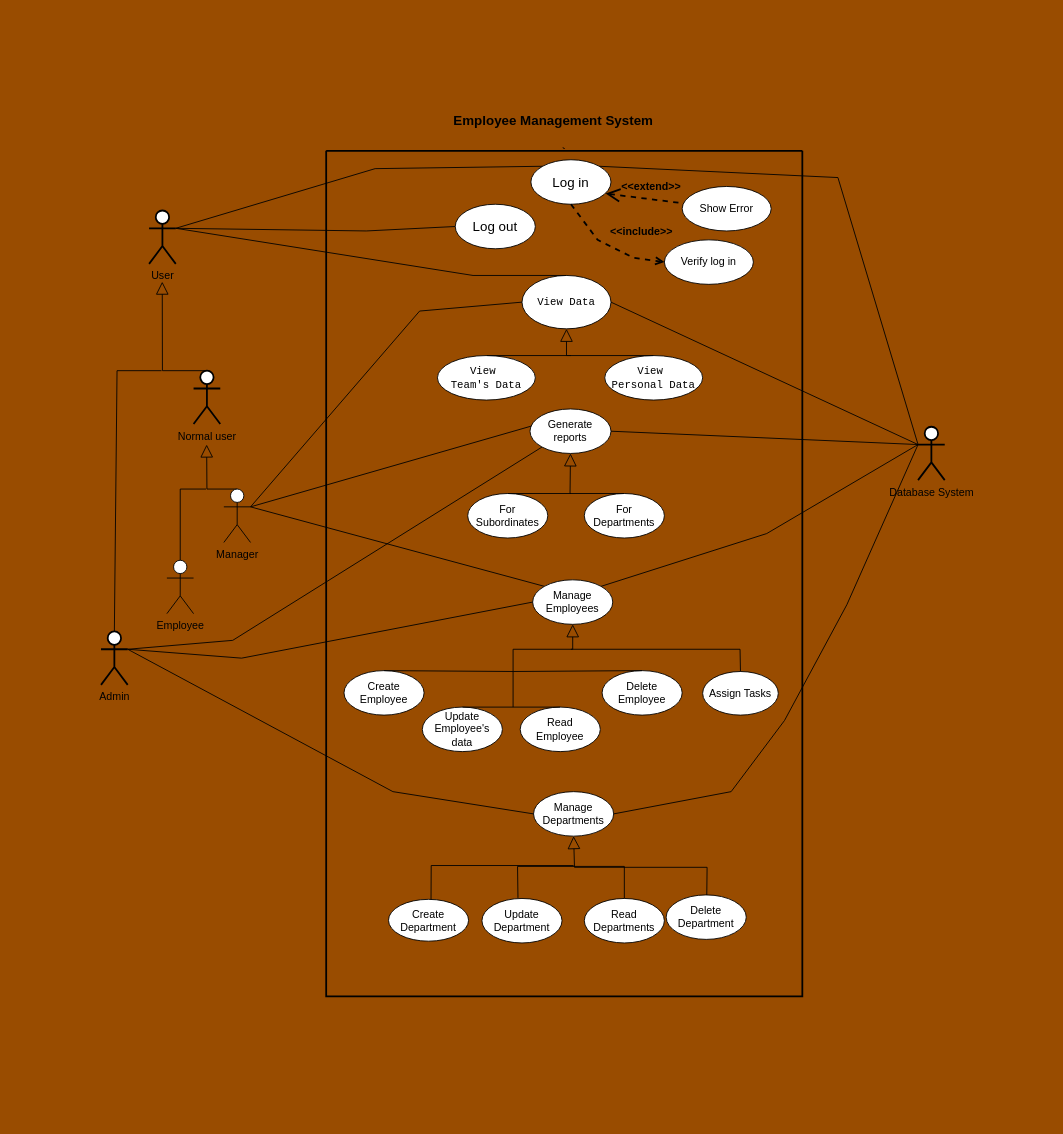
Above: Use-Case-Diagram.drawio in Alsayed-Aldkhakhni/SoftwareEngineeringProject (draw.io), before the change. Source tidied: cells renumbered, new cells numbered last; positions are measured from the earlier drawing's top-left corner, leaving out a move shared by most shapes. Both pictures are drawn from the tidied source at 89%, with x=0, y=0 at pixel (15, 15).
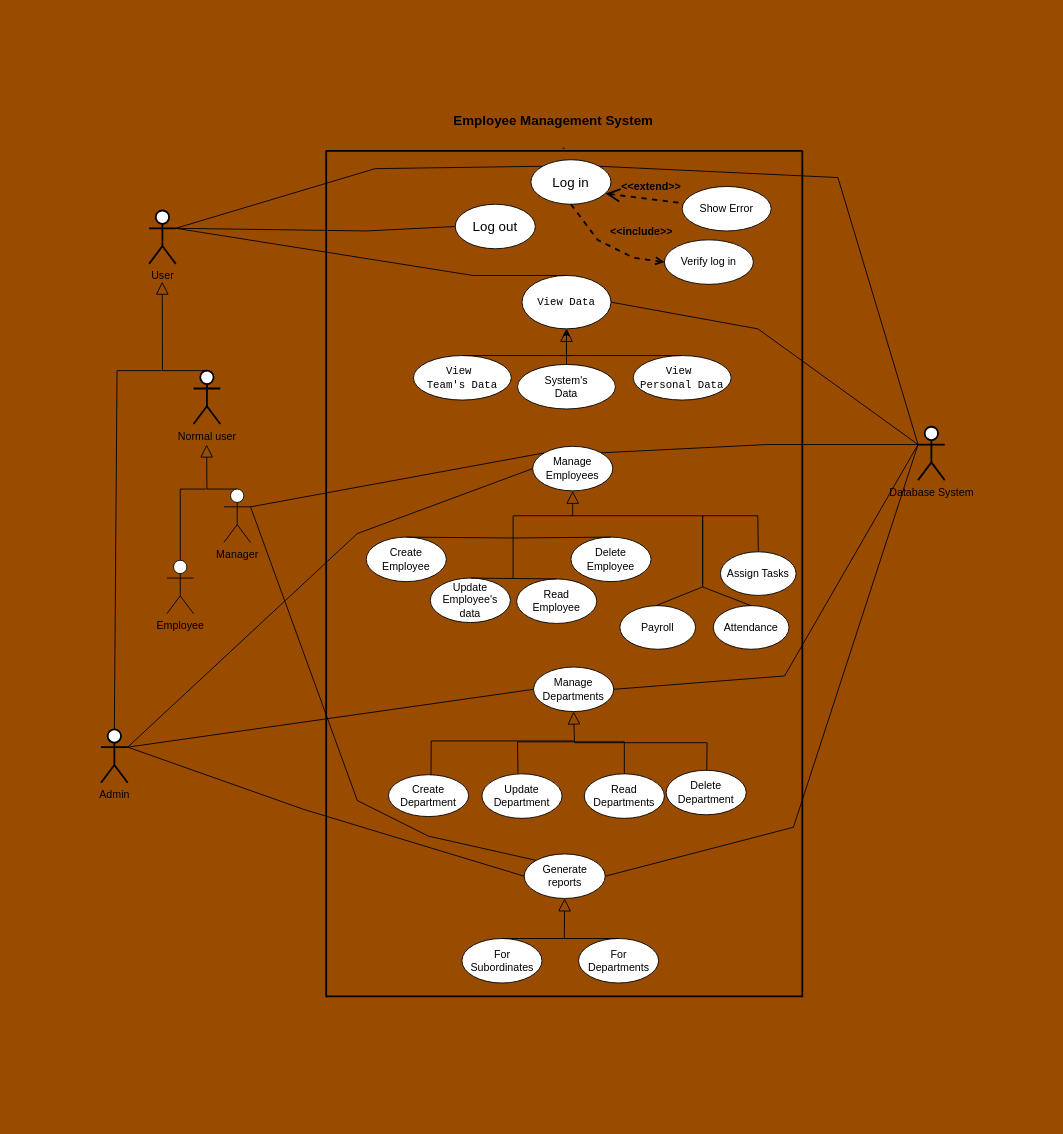
Above is the later version.

Commit message:
Added attendance and payroll use cases.

The change refers to these unchanged cells:
```xml
<mxCell id="2" value="`" style="swimlane;startSize=0;strokeWidth=2;" parent="1" vertex="1">
  <mxGeometry x="349" y="152" width="535" height="950" as="geometry" />
</mxCell>
<mxCell id="14" value="&lt;code&gt;View Data&lt;/code&gt;" style="ellipse;whiteSpace=wrap;html=1;" parent="2" vertex="1">
  <mxGeometry x="220" y="140" width="100" height="60" as="geometry" />
</mxCell>
<mxCell id="44" value="Manager" style="shape=umlActor;html=1;verticalLabelPosition=bottom;verticalAlign=top;align=center;" parent="1" vertex="1">
  <mxGeometry x="234" y="532" width="30" height="60" as="geometry" />
</mxCell>
<mxCell id="57" value="Database System " style="shape=umlActor;html=1;verticalLabelPosition=bottom;verticalAlign=top;align=center;strokeWidth=2;" parent="1" vertex="1">
  <mxGeometry x="1014" y="462" width="30" height="60" as="geometry" />
</mxCell>
```

Change to the diagram source:
```diff
@@
     <mxCell id="8" value="&lt;div&gt;Manage &lt;br&gt;&lt;/div&gt;&lt;div&gt;Employees&lt;br&gt;&lt;/div&gt;" style="ellipse;whiteSpace=wrap;html=1;" parent="2" vertex="1">
-      <mxGeometry x="232" y="482" width="90" height="50" as="geometry" />
+      <mxGeometry x="232" y="332" width="90" height="50" as="geometry" />
     </mxCell>
     <mxCell id="9" value="&lt;div&gt;Delete&lt;br&gt;&lt;/div&gt;&lt;div&gt;Employee&lt;br&gt;&lt;/div&gt;" style="ellipse;whiteSpace=wrap;html=1;" parent="2" vertex="1">
-      <mxGeometry x="310" y="584" width="90" height="50" as="geometry" />
+      <mxGeometry x="275" y="434" width="90" height="50" as="geometry" />
     </mxCell>
     <mxCell id="10" value="&lt;div&gt;Update&lt;/div&gt;&lt;div&gt;Employee's&lt;/div&gt;&lt;div&gt;data&lt;br&gt;&lt;/div&gt;" style="ellipse;whiteSpace=wrap;html=1;" parent="2" vertex="1">
-      <mxGeometry x="108" y="625" width="90" height="50" as="geometry" />
+      <mxGeometry x="117" y="480" width="90" height="50" as="geometry" />
     </mxCell>
     <mxCell id="11" value="&lt;div&gt;Read &lt;br&gt;&lt;/div&gt;&lt;div&gt;Employee&lt;br&gt;&lt;/div&gt;" style="ellipse;whiteSpace=wrap;html=1;" parent="2" vertex="1">
-      <mxGeometry x="218" y="625" width="90" height="50" as="geometry" />
+      <mxGeometry x="214" y="481" width="90" height="50" as="geometry" />
     </mxCell>
     <mxCell id="12" value="&lt;div&gt;Create&lt;br&gt;&lt;/div&gt;&lt;div&gt;Employee&lt;br&gt;&lt;/div&gt;" style="ellipse;whiteSpace=wrap;html=1;" parent="2" vertex="1">
-      <mxGeometry x="20" y="584" width="90" height="50" as="geometry" />
+      <mxGeometry x="45" y="434" width="90" height="50" as="geometry" />
     </mxCell>
-    <mxCell id="13" value="Generate reports" style="ellipse;whiteSpace=wrap;html=1;" parent="2" vertex="1">
-      <mxGeometry x="229" y="290" width="91" height="50" as="geometry" />
-    </mxCell>
@@
     <mxCell id="15" style="edgeStyle=none;html=1;endArrow=block;endFill=0;endSize=12;verticalAlign=bottom;rounded=0;entryX=0.5;entryY=1;entryDx=0;entryDy=0;exitX=0.5;exitY=0;exitDx=0;exitDy=0;" parent="2" edge="1" source="9" target="8">
       <mxGeometry relative="1" as="geometry">
         <Array as="points">
-          <mxPoint x="210" y="585" />
-          <mxPoint x="210" y="560" />
-          <mxPoint x="277" y="560" />
+          <mxPoint x="210" y="435" />
+          <mxPoint x="210" y="410" />
+          <mxPoint x="277" y="410" />
         </Array>
       </mxGeometry>
     </mxCell>
     <mxCell id="16" style="edgeStyle=none;html=1;endArrow=none;verticalAlign=bottom;rounded=0;exitX=0.5;exitY=0;exitDx=0;exitDy=0;" parent="2" edge="1" source="12">
       <mxGeometry relative="1" as="geometry">
-        <mxPoint x="210" y="585" as="targetPoint" />
+        <mxPoint x="210" y="435" as="targetPoint" />
       </mxGeometry>
     </mxCell>
@@
     <mxCell id="18" style="edgeStyle=none;html=1;endArrow=none;verticalAlign=bottom;rounded=0;" parent="2" edge="1">
       <mxGeometry relative="1" as="geometry">
-        <mxPoint x="210" y="585" as="sourcePoint" />
-        <mxPoint x="210" y="625" as="targetPoint" />
+        <mxPoint x="210" y="435" as="sourcePoint" />
+        <mxPoint x="210" y="480" as="targetPoint" />
       </mxGeometry>
     </mxCell>
@@
     <mxCell id="20" value="Assign Tasks" style="ellipse;whiteSpace=wrap;html=1;" parent="2" vertex="1">
-      <mxGeometry x="423" y="585" width="85" height="49" as="geometry" />
+      <mxGeometry x="443" y="450.5" width="85" height="49" as="geometry" />
     </mxCell>
     <mxCell id="21" value="&lt;div&gt;Create&lt;br&gt;&lt;/div&gt;&lt;div&gt;Department&lt;br&gt;&lt;/div&gt;" style="ellipse;whiteSpace=wrap;html=1;" parent="2" vertex="1">
-      <mxGeometry x="70" y="841" width="90" height="47" as="geometry" />
+      <mxGeometry x="70" y="701" width="90" height="47" as="geometry" />
     </mxCell>
     <mxCell id="22" value="&lt;div&gt;Delete&lt;br&gt;&lt;/div&gt;&lt;div&gt;Department&lt;br&gt;&lt;/div&gt;" style="ellipse;whiteSpace=wrap;html=1;" parent="2" vertex="1">
-      <mxGeometry x="382" y="836" width="90" height="50" as="geometry" />
+      <mxGeometry x="382" y="696" width="90" height="50" as="geometry" />
     </mxCell>
-    <mxCell id="23" value="For Departments" style="ellipse;whiteSpace=wrap;html=1;" parent="2" vertex="1">
-      <mxGeometry x="290" y="385" width="90" height="50" as="geometry" />
-    </mxCell>
-    <mxCell id="24" value="For Subordinates" style="ellipse;whiteSpace=wrap;html=1;" parent="2" vertex="1">
-      <mxGeometry x="159" y="385" width="90" height="50" as="geometry" />
-    </mxCell>
-    <mxCell id="25" style="edgeStyle=none;html=1;endArrow=block;endFill=0;endSize=12;verticalAlign=bottom;rounded=0;entryX=0.5;entryY=1;entryDx=0;entryDy=0;exitX=0.5;exitY=0;exitDx=0;exitDy=0;" parent="2" edge="1" source="23" target="13">
-      <mxGeometry relative="1" as="geometry">
-        <Array as="points">
-          <mxPoint x="274" y="385" />
-        </Array>
-      </mxGeometry>
-    </mxCell>
     <mxCell id="26" value="&lt;div&gt;Manage &lt;br&gt;&lt;/div&gt;&lt;div&gt;Departments&lt;br&gt;&lt;/div&gt;" style="ellipse;whiteSpace=wrap;html=1;" parent="2" vertex="1">
-      <mxGeometry x="233" y="720" width="90" height="50" as="geometry" />
+      <mxGeometry x="233" y="580" width="90" height="50" as="geometry" />
     </mxCell>
     <mxCell id="27" style="edgeStyle=none;html=1;endArrow=block;endFill=0;endSize=12;verticalAlign=bottom;rounded=0;entryX=0.5;entryY=1;entryDx=0;entryDy=0;exitX=0.507;exitY=0.007;exitDx=0;exitDy=0;exitPerimeter=0;" parent="2" edge="1" source="22" target="26">
       <mxGeometry relative="1" as="geometry">
         <Array as="points">
-          <mxPoint x="428" y="805" />
-          <mxPoint x="279" y="805" />
+          <mxPoint x="428" y="665" />
+          <mxPoint x="279" y="665" />
         </Array>
       </mxGeometry>
     </mxCell>
     <mxCell id="28" style="edgeStyle=none;html=1;endArrow=none;verticalAlign=bottom;rounded=0;entryX=0.5;entryY=0;entryDx=0;entryDy=0;" parent="2" edge="1" target="20">
       <mxGeometry relative="1" as="geometry">
-        <mxPoint x="275" y="560" as="sourcePoint" />
+        <mxPoint x="275" y="410" as="sourcePoint" />
         <Array as="points">
-          <mxPoint x="465" y="560" />
+          <mxPoint x="485" y="410" />
         </Array>
       </mxGeometry>
     </mxCell>
     <mxCell id="29" value="&lt;div&gt;&lt;code&gt;View&amp;nbsp;&lt;/code&gt;&lt;/div&gt;&lt;div&gt;&lt;code&gt;Personal Data&lt;/code&gt;&lt;/div&gt;" style="ellipse;whiteSpace=wrap;html=1;" parent="2" vertex="1">
-      <mxGeometry x="313" y="230" width="110" height="50" as="geometry" />
+      <mxGeometry x="345" y="230" width="110" height="50" as="geometry" />
     </mxCell>
     <mxCell id="30" value="&lt;div&gt;&lt;code&gt;View&amp;nbsp;&lt;/code&gt;&lt;/div&gt;&lt;div&gt;&lt;code&gt;Team's Data&lt;/code&gt;&lt;/div&gt;" style="ellipse;whiteSpace=wrap;html=1;" parent="2" vertex="1">
-      <mxGeometry x="125" y="230" width="110" height="50" as="geometry" />
+      <mxGeometry x="98" y="230" width="110" height="50" as="geometry" />
     </mxCell>
@@
     <mxCell id="33" value="&lt;div&gt;Read &lt;br&gt;&lt;/div&gt;&lt;div&gt;Departments&lt;br&gt;&lt;/div&gt;" style="ellipse;whiteSpace=wrap;html=1;" parent="2" vertex="1">
-      <mxGeometry x="290" y="840" width="90" height="50" as="geometry" />
+      <mxGeometry x="290" y="700" width="90" height="50" as="geometry" />
     </mxCell>
     <mxCell id="34" value="&lt;div&gt;Update&lt;/div&gt;&lt;div&gt;Department&lt;br&gt;&lt;/div&gt;" style="ellipse;whiteSpace=wrap;html=1;" parent="2" vertex="1">
-      <mxGeometry x="175" y="840" width="90" height="50" as="geometry" />
+      <mxGeometry x="175" y="700" width="90" height="50" as="geometry" />
     </mxCell>
     <mxCell id="35" style="edgeStyle=none;html=1;endArrow=none;verticalAlign=bottom;rounded=0;entryX=0.5;entryY=0;entryDx=0;entryDy=0;exitX=0.45;exitY=-0.012;exitDx=0;exitDy=0;exitPerimeter=0;" parent="2" edge="1" source="34" target="33">
       <mxGeometry relative="1" as="geometry">
         <Array as="points">
-          <mxPoint x="215" y="804" />
-          <mxPoint x="335" y="804" />
+          <mxPoint x="215" y="664" />
+          <mxPoint x="335" y="664" />
         </Array>
       </mxGeometry>
     </mxCell>
     <mxCell id="36" style="edgeStyle=none;html=1;endArrow=none;verticalAlign=bottom;rounded=0;exitX=0.531;exitY=0.009;exitDx=0;exitDy=0;exitPerimeter=0;" parent="2" edge="1" source="21">
       <mxGeometry relative="1" as="geometry">
-        <mxPoint x="278" y="803" as="targetPoint" />
+        <mxPoint x="278" y="663" as="targetPoint" />
         <Array as="points">
-          <mxPoint x="118" y="803" />
+          <mxPoint x="118" y="663" />
         </Array>
       </mxGeometry>
     </mxCell>
+    <mxCell id="67" style="edgeStyle=orthogonalEdgeStyle;rounded=0;jettySize=auto;html=1;" parent="2" edge="1" source="68" target="14">
+      <mxGeometry relative="1" as="geometry" />
+    </mxCell>
+    <mxCell id="68" value="&lt;div&gt;System's&lt;/div&gt;&lt;div&gt;Data&lt;br&gt;&lt;/div&gt;" style="ellipse;whiteSpace=wrap;html=1;" parent="2" vertex="1">
+      <mxGeometry x="215" y="240" width="110" height="50" as="geometry" />
+    </mxCell>
+    <mxCell id="13" value="Generate reports" style="ellipse;whiteSpace=wrap;html=1;" parent="2" vertex="1">
+      <mxGeometry x="222.5" y="790" width="91" height="50" as="geometry" />
+    </mxCell>
+    <mxCell id="23" value="For Departments" style="ellipse;whiteSpace=wrap;html=1;" parent="2" vertex="1">
+      <mxGeometry x="283.5" y="885" width="90" height="50" as="geometry" />
+    </mxCell>
+    <mxCell id="24" value="For Subordinates" style="ellipse;whiteSpace=wrap;html=1;" parent="2" vertex="1">
+      <mxGeometry x="152.5" y="885" width="90" height="50" as="geometry" />
+    </mxCell>
+    <mxCell id="25" style="edgeStyle=none;html=1;endArrow=block;endFill=0;endSize=12;verticalAlign=bottom;rounded=0;entryX=0.5;entryY=1;entryDx=0;entryDy=0;exitX=0.5;exitY=0;exitDx=0;exitDy=0;" parent="2" edge="1" source="23" target="13">
+      <mxGeometry relative="1" as="geometry">
+        <Array as="points">
+          <mxPoint x="267.5" y="885" />
+        </Array>
+      </mxGeometry>
+    </mxCell>
+    <mxCell id="53" style="edgeStyle=none;html=1;endArrow=none;verticalAlign=bottom;rounded=0;exitX=0.5;exitY=0;exitDx=0;exitDy=0;" parent="2" edge="1" source="24">
+      <mxGeometry relative="1" as="geometry">
+        <mxPoint x="268.5" y="885" as="targetPoint" />
+      </mxGeometry>
+    </mxCell>
+    <mxCell id="69" value="Attendance" style="ellipse;whiteSpace=wrap;html=1;" parent="2" vertex="1">
+      <mxGeometry x="435" y="511" width="85" height="49" as="geometry" />
+    </mxCell>
+    <mxCell id="70" style="endArrow=none;html=1;rounded=0;exitX=0.5;exitY=0;exitDx=0;exitDy=0;" parent="2" edge="1" source="69">
+      <mxGeometry relative="1" as="geometry">
+        <mxPoint x="423" y="410" as="targetPoint" />
+        <Array as="points">
+          <mxPoint x="423" y="490" />
+        </Array>
+      </mxGeometry>
+    </mxCell>
+    <mxCell id="71" value="Payroll" style="ellipse;whiteSpace=wrap;html=1;" parent="2" vertex="1">
+      <mxGeometry x="330" y="511" width="85" height="49" as="geometry" />
+    </mxCell>
+    <mxCell id="72" style="endArrow=none;html=1;rounded=0;exitX=0.5;exitY=0;exitDx=0;exitDy=0;" parent="2" edge="1">
+      <mxGeometry relative="1" as="geometry">
+        <mxPoint x="370.5" y="511" as="sourcePoint" />
+        <mxPoint x="423" y="410" as="targetPoint" />
+        <Array as="points">
+          <mxPoint x="423" y="490" />
+        </Array>
+      </mxGeometry>
+    </mxCell>
@@
     <mxCell id="39" value="Admin" style="shape=umlActor;html=1;verticalLabelPosition=bottom;verticalAlign=top;align=center;strokeWidth=2;" parent="1" vertex="1">
-      <mxGeometry x="96" y="692" width="30" height="60" as="geometry" />
+      <mxGeometry x="96" y="802" width="30" height="60" as="geometry" />
     </mxCell>
@@
-    <mxCell id="47" style="edgeStyle=none;html=1;endArrow=none;verticalAlign=bottom;rounded=0;entryX=0;entryY=0.5;entryDx=0;entryDy=0;strokeWidth=1;exitX=1;exitY=0.3333333333333333;exitDx=0;exitDy=0;exitPerimeter=0;" parent="1" edge="1" source="44" target="14">
-      <mxGeometry relative="1" as="geometry">
-        <Array as="points">
-          <mxPoint x="454" y="332" />
-        </Array>
-      </mxGeometry>
-    </mxCell>
     <mxCell id="48" style="edgeStyle=none;html=1;endArrow=none;verticalAlign=bottom;rounded=0;exitX=1;exitY=0.3333333333333333;exitDx=0;exitDy=0;exitPerimeter=0;entryX=0;entryY=0.5;entryDx=0;entryDy=0;" parent="1" edge="1" source="39" target="8">
       <mxGeometry relative="1" as="geometry">
         <Array as="points">
-          <mxPoint x="254" y="722" />
+          <mxPoint x="384" y="582" />
         </Array>
       </mxGeometry>
     </mxCell>
-    <mxCell id="49" style="edgeStyle=none;html=1;endArrow=none;verticalAlign=bottom;rounded=0;exitX=1;exitY=0.3333333333333333;exitDx=0;exitDy=0;exitPerimeter=0;entryX=0;entryY=0.5;entryDx=0;entryDy=0;" parent="1" edge="1" source="39" target="26">
-      <mxGeometry relative="1" as="geometry">
-        <Array as="points">
-          <mxPoint x="424" y="872" />
-        </Array>
-      </mxGeometry>
-    </mxCell>
-    <mxCell id="50" style="edgeStyle=none;html=1;endArrow=none;verticalAlign=bottom;rounded=0;entryX=0;entryY=1;entryDx=0;entryDy=0;exitX=1;exitY=0.3333333333333333;exitDx=0;exitDy=0;exitPerimeter=0;" parent="1" edge="1" source="39" target="13">
-      <mxGeometry relative="1" as="geometry">
-        <Array as="points">
-          <mxPoint x="244" y="702" />
-        </Array>
-      </mxGeometry>
-    </mxCell>
@@
-    <mxCell id="53" style="edgeStyle=none;html=1;endArrow=none;verticalAlign=bottom;rounded=0;exitX=0.5;exitY=0;exitDx=0;exitDy=0;" parent="1" edge="1" source="24">
-      <mxGeometry relative="1" as="geometry">
-        <mxPoint x="624" y="537" as="targetPoint" />
-      </mxGeometry>
-    </mxCell>
@@
-    <mxCell id="55" style="edgeStyle=none;html=1;endArrow=none;verticalAlign=bottom;rounded=0;entryX=0.02;entryY=0.383;entryDx=0;entryDy=0;strokeWidth=1;exitX=1;exitY=0.3333333333333333;exitDx=0;exitDy=0;exitPerimeter=0;entryPerimeter=0;" parent="1" edge="1" source="44" target="13">
-      <mxGeometry relative="1" as="geometry" />
-    </mxCell>
@@
     <mxCell id="58" style="edgeStyle=none;html=1;endArrow=none;verticalAlign=bottom;rounded=0;strokeWidth=1;exitX=1;exitY=0.5;exitDx=0;exitDy=0;entryX=0;entryY=0.3333333333333333;entryDx=0;entryDy=0;entryPerimeter=0;" parent="1" edge="1" source="14" target="57">
-      <mxGeometry relative="1" as="geometry" />
+      <mxGeometry relative="1" as="geometry">
+        <Array as="points">
+          <mxPoint x="834" y="352" />
+        </Array>
+      </mxGeometry>
     </mxCell>
@@
-    <mxCell id="60" style="edgeStyle=none;html=1;endArrow=none;verticalAlign=bottom;rounded=0;strokeWidth=1;exitX=1;exitY=0.5;exitDx=0;exitDy=0;entryX=0;entryY=0.3333333333333333;entryDx=0;entryDy=0;entryPerimeter=0;" parent="1" edge="1" source="13" target="57">
-      <mxGeometry relative="1" as="geometry" />
-    </mxCell>
     <mxCell id="61" style="edgeStyle=none;html=1;endArrow=none;verticalAlign=bottom;rounded=0;strokeWidth=1;exitX=1;exitY=0;exitDx=0;exitDy=0;entryX=0;entryY=0.3333333333333333;entryDx=0;entryDy=0;entryPerimeter=0;" parent="1" edge="1" source="8" target="57">
       <mxGeometry relative="1" as="geometry">
         <Array as="points">
-          <mxPoint x="844" y="582" />
+          <mxPoint x="844" y="482" />
         </Array>
       </mxGeometry>
     </mxCell>
     <mxCell id="62" style="edgeStyle=none;html=1;endArrow=none;verticalAlign=bottom;rounded=0;strokeWidth=1;entryX=0;entryY=0.3333333333333333;entryDx=0;entryDy=0;entryPerimeter=0;exitX=1;exitY=0.5;exitDx=0;exitDy=0;" parent="1" edge="1" source="26" target="57">
       <mxGeometry relative="1" as="geometry">
         <Array as="points">
-          <mxPoint x="804" y="872" />
-          <mxPoint x="864" y="792" />
-          <mxPoint x="934" y="662" />
+          <mxPoint x="864" y="742" />
         </Array>
       </mxGeometry>
     </mxCell>
@@
+    <mxCell id="73" style="endArrow=none;html=1;rounded=0;entryX=1;entryY=0.3333333333333333;entryDx=0;entryDy=0;entryPerimeter=0;exitX=0;exitY=0.5;exitDx=0;exitDy=0;" parent="1" edge="1" source="13" target="39">
+      <mxGeometry relative="1" as="geometry">
+        <Array as="points">
+          <mxPoint x="324" y="892" />
+        </Array>
+      </mxGeometry>
+    </mxCell>
+    <mxCell id="49" style="endArrow=none;html=1;rounded=0;entryX=0;entryY=0.5;entryDx=0;entryDy=0;exitX=1;exitY=0.3333333333333333;exitDx=0;exitDy=0;exitPerimeter=0;" parent="1" edge="1" source="39" target="26">
+      <mxGeometry relative="1" as="geometry" />
+    </mxCell>
+    <mxCell id="60" style="endArrow=none;html=1;rounded=0;entryX=0;entryY=0.3333333333333333;entryDx=0;entryDy=0;entryPerimeter=0;exitX=1;exitY=0.5;exitDx=0;exitDy=0;" parent="1" edge="1" source="13" target="57">
+      <mxGeometry relative="1" as="geometry">
+        <Array as="points">
+          <mxPoint x="874" y="912" />
+        </Array>
+      </mxGeometry>
+    </mxCell>
+    <mxCell id="74" style="endArrow=none;html=1;rounded=0;entryX=1;entryY=0.3333333333333333;entryDx=0;entryDy=0;entryPerimeter=0;exitX=0;exitY=0;exitDx=0;exitDy=0;" parent="1" edge="1" source="13" target="44">
+      <mxGeometry relative="1" as="geometry">
+        <Array as="points">
+          <mxPoint x="464" y="922" />
+          <mxPoint x="384" y="882" />
+        </Array>
+      </mxGeometry>
+    </mxCell>
```
